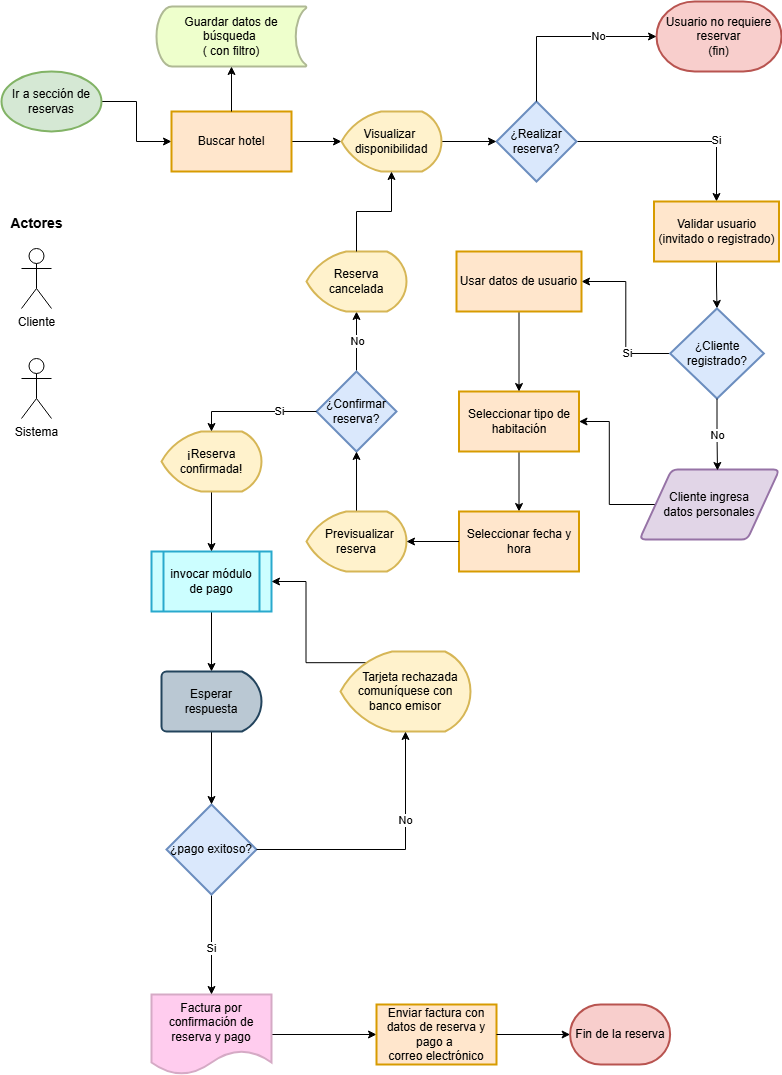
DjGuetta/App-Hotel-Management keeps this draw.io diagram as Flujograma de reserva de habitación.png. Above is the earlier version. Source tidied: cells renumbered, new cells last; positions are measured from the earlier drawing's top-left corner, leaving out a move shared by most shapes.
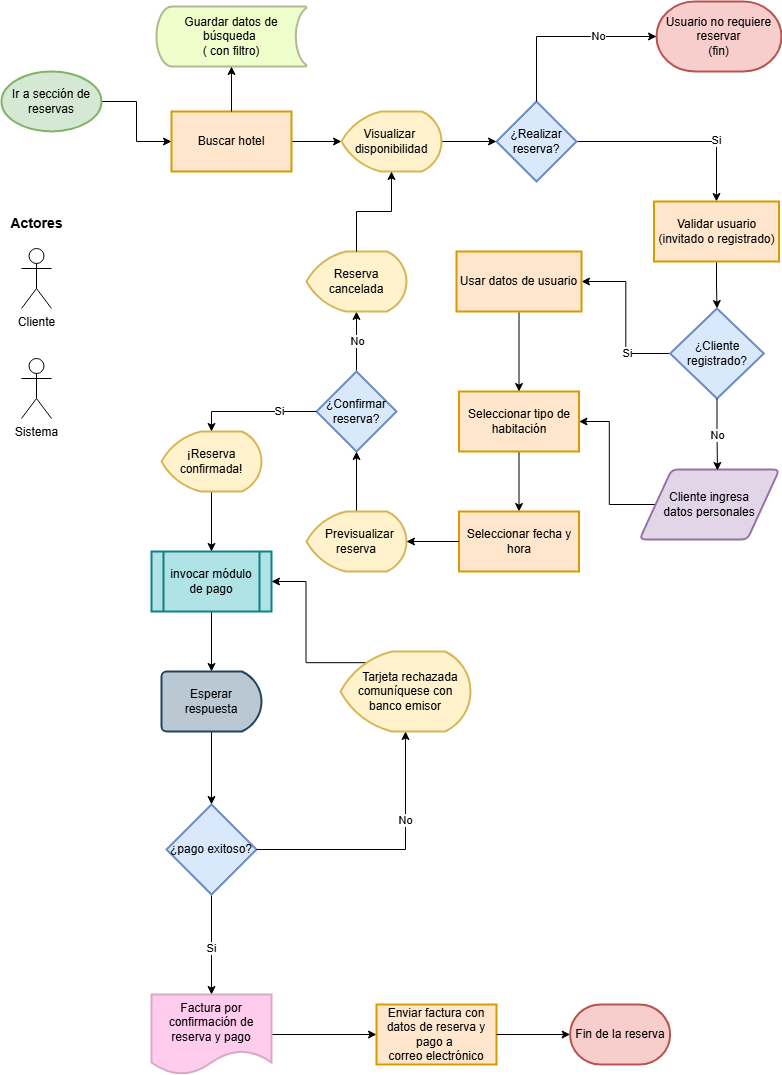
After the change.

Commit message:
Cambio de diseño en figura de invocación

The edit, as a diff of the source:
```diff
@@ -58,7 +58,7 @@
     <mxCell id="19" style="edgeStyle=orthogonalEdgeStyle;rounded=0;jettySize=auto;html=1;" parent="1" edge="1" source="20" target="60">
       <mxGeometry relative="1" as="geometry" />
     </mxCell>
-    <mxCell id="20" value="invocar módulo de pago" style="shape=process;whiteSpace=wrap;html=1;backgroundOutline=1;strokeWidth=2;fillColor=#CCFEFF;strokeColor=#29A9CD;" parent="1" vertex="1">
+    <mxCell id="20" value="invocar módulo de pago" style="shape=process;whiteSpace=wrap;html=1;backgroundOutline=1;strokeWidth=2;fillColor=#b0e3e6;strokeColor=#0e8088;" parent="1" vertex="1">
       <mxGeometry x="150" y="550" width="120" height="60" as="geometry" />
     </mxCell>
     <mxCell id="21" value="Fin de la reserva" style="strokeWidth=2;html=1;shape=mxgraph.flowchart.terminator;whiteSpace=wrap;fillColor=#f8cecc;strokeColor=#b85450;" parent="1" vertex="1">
```
